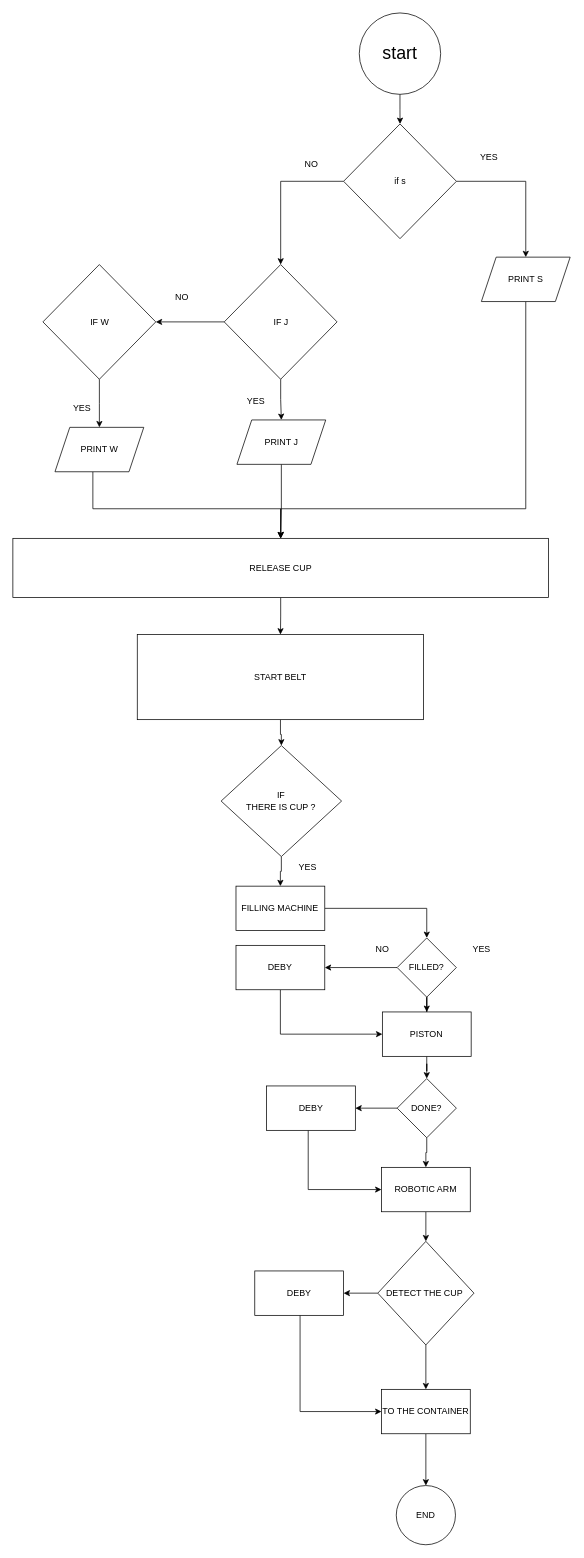
Above: Untitled Diagram.drawio in YoussifRashed/Capture-network-traffic-using-Wireshark1 (draw.io), before the change. Source tidied: cells renumbered, new cells numbered last; positions are measured from the earlier drawing's top-left corner, leaving out a move shared by most shapes. Both pictures are drawn from the tidied source at 74%, with x=0, y=0 at pixel (13, 13).
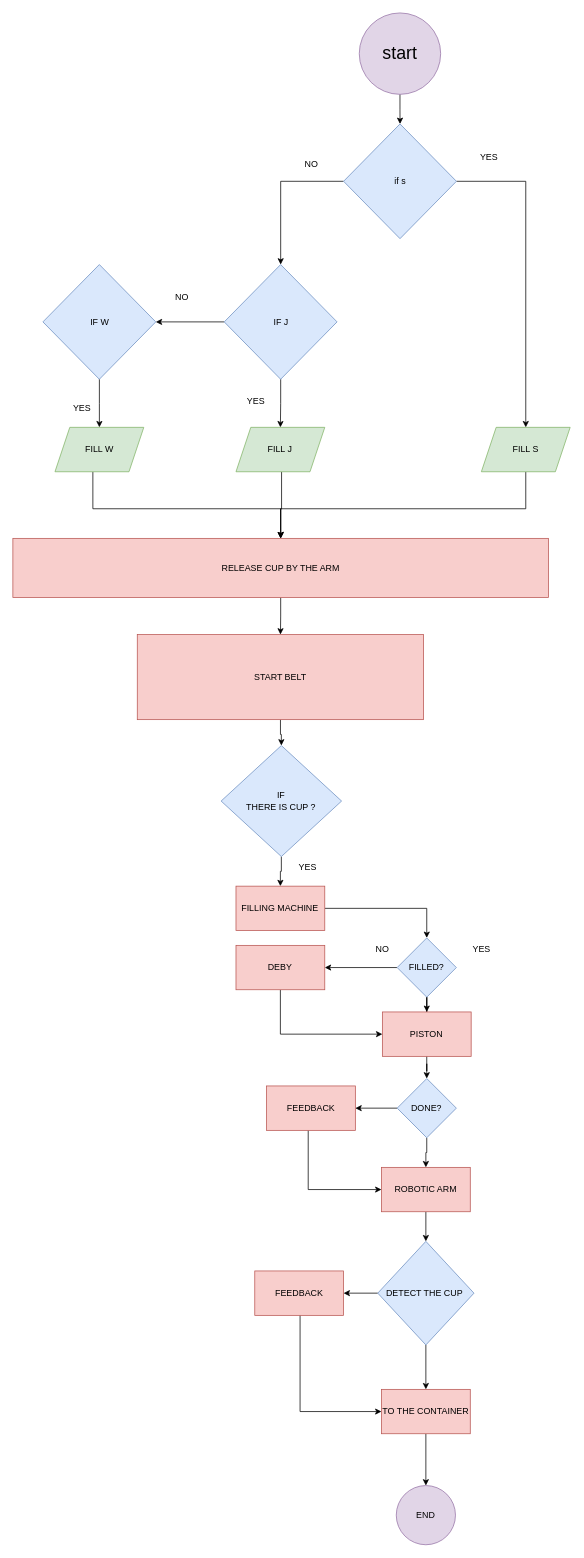
Above is the later version.

The edit, as a diff of the source:
```diff
@@
-    <mxCell id="3" value="&lt;font style=&quot;font-size: 24px;&quot;&gt;start&lt;/font&gt;" style="ellipse;whiteSpace=wrap;html=1;" parent="1" vertex="1">
+    <mxCell id="3" value="&lt;font style=&quot;font-size: 24px;&quot;&gt;start&lt;/font&gt;" style="ellipse;whiteSpace=wrap;html=1;fillColor=#e1d5e7;strokeColor=#9673a6;" parent="1" vertex="1">
       <mxGeometry x="468" width="110" height="110" as="geometry" />
     </mxCell>
@@
-    <mxCell id="6" value="if s" style="rhombus;whiteSpace=wrap;html=1;" parent="1" vertex="1">
+    <mxCell id="6" value="if s" style="rhombus;whiteSpace=wrap;html=1;fillColor=#dae8fc;strokeColor=#6c8ebf;" parent="1" vertex="1">
       <mxGeometry x="446.8" y="150" width="152.5" height="155" as="geometry" />
     </mxCell>
@@
-    <mxCell id="8" value="PRINT S" style="shape=parallelogram;perimeter=parallelogramPerimeter;whiteSpace=wrap;html=1;fixedSize=1;" parent="1" vertex="1">
-      <mxGeometry x="633" y="330" width="120" height="60" as="geometry" />
+    <mxCell id="8" value="FILL S" style="shape=parallelogram;perimeter=parallelogramPerimeter;whiteSpace=wrap;html=1;fixedSize=1;fillColor=#d5e8d4;strokeColor=#82b366;" parent="1" vertex="1">
+      <mxGeometry x="633" y="560" width="120" height="60" as="geometry" />
     </mxCell>
@@
-    <mxCell id="11" value="IF J" style="rhombus;whiteSpace=wrap;html=1;" parent="1" vertex="1">
+    <mxCell id="11" value="IF J" style="rhombus;whiteSpace=wrap;html=1;fillColor=#dae8fc;strokeColor=#6c8ebf;" parent="1" vertex="1">
       <mxGeometry x="285.5" y="340" width="152.5" height="155" as="geometry" />
     </mxCell>
@@
-    <mxCell id="13" value="PRINT J" style="shape=parallelogram;perimeter=parallelogramPerimeter;whiteSpace=wrap;html=1;fixedSize=1;" parent="1" vertex="1">
-      <mxGeometry x="302.7" y="550" width="120" height="60" as="geometry" />
+    <mxCell id="13" value="FILL J" style="shape=parallelogram;perimeter=parallelogramPerimeter;whiteSpace=wrap;html=1;fixedSize=1;fillColor=#d5e8d4;strokeColor=#82b366;" parent="1" vertex="1">
+      <mxGeometry x="301.4" y="560" width="120" height="60" as="geometry" />
     </mxCell>
@@
-    <mxCell id="15" value="IF W" style="rhombus;whiteSpace=wrap;html=1;" parent="1" vertex="1">
+    <mxCell id="15" value="IF W" style="rhombus;whiteSpace=wrap;html=1;fillColor=#dae8fc;strokeColor=#6c8ebf;" parent="1" vertex="1">
       <mxGeometry x="40.5" y="340" width="152.5" height="155" as="geometry" />
     </mxCell>
@@
-    <mxCell id="17" value="PRINT W" style="shape=parallelogram;perimeter=parallelogramPerimeter;whiteSpace=wrap;html=1;fixedSize=1;" parent="1" vertex="1">
+    <mxCell id="17" value="FILL W" style="shape=parallelogram;perimeter=parallelogramPerimeter;whiteSpace=wrap;html=1;fixedSize=1;fillColor=#d5e8d4;strokeColor=#82b366;" parent="1" vertex="1">
       <mxGeometry x="56.8" y="560" width="120" height="60" as="geometry" />
     </mxCell>
@@
-    <mxCell id="19" value="RELEASE CUP " style="rounded=0;whiteSpace=wrap;html=1;" parent="1" vertex="1">
+    <mxCell id="19" value="RELEASE CUP BY THE ARM " style="rounded=0;whiteSpace=wrap;html=1;fillColor=#f8cecc;strokeColor=#b85450;" parent="1" vertex="1">
       <mxGeometry x="-0.1" y="710" width="723.8" height="80" as="geometry" />
     </mxCell>
@@
-    <mxCell id="21" value="START BELT" style="whiteSpace=wrap;html=1;rounded=0;" parent="1" vertex="1">
+    <mxCell id="21" value="START BELT" style="whiteSpace=wrap;html=1;rounded=0;fillColor=#f8cecc;strokeColor=#b85450;" parent="1" vertex="1">
       <mxGeometry x="168" y="840" width="386.9" height="115" as="geometry" />
     </mxCell>
@@
-    <mxCell id="23" value="&lt;div&gt;IF&lt;/div&gt;&lt;div&gt;THERE IS CUP ?&lt;/div&gt;" style="rhombus;whiteSpace=wrap;html=1;rounded=0;" parent="1" vertex="1">
+    <mxCell id="23" value="&lt;div&gt;IF&lt;/div&gt;&lt;div&gt;THERE IS CUP ?&lt;/div&gt;" style="rhombus;whiteSpace=wrap;html=1;rounded=0;fillColor=#dae8fc;strokeColor=#6c8ebf;" parent="1" vertex="1">
       <mxGeometry x="281.3" y="990" width="162.8" height="150" as="geometry" />
     </mxCell>
@@
-    <mxCell id="25" value="FILLING MACHINE " style="whiteSpace=wrap;html=1;rounded=0;" parent="1" vertex="1">
+    <mxCell id="25" value="FILLING MACHINE " style="whiteSpace=wrap;html=1;rounded=0;fillColor=#f8cecc;strokeColor=#b85450;" parent="1" vertex="1">
       <mxGeometry x="301.4" y="1180" width="120" height="60" as="geometry" />
     </mxCell>
-    <mxCell id="26" value="YES" style="text;html=1;align=center;verticalAlign=middle;strokeColor=none;fillColor=none;" parent="1" vertex="1">
+    <mxCell id="26" value="YES" style="text;html=1;align=center;verticalAlign=middle;" parent="1" vertex="1">
       <mxGeometry x="372.7" y="1140" width="50" height="30" as="geometry" />
     </mxCell>
@@
-    <mxCell id="34" value="FILLED?" style="rhombus;whiteSpace=wrap;html=1;rounded=0;" parent="1" vertex="1">
+    <mxCell id="34" value="FILLED?" style="rhombus;whiteSpace=wrap;html=1;rounded=0;fillColor=#dae8fc;strokeColor=#6c8ebf;" parent="1" vertex="1">
       <mxGeometry x="519.2" y="1250" width="80" height="80" as="geometry" />
     </mxCell>
@@
-    <mxCell id="36" value="PISTON" style="whiteSpace=wrap;html=1;rounded=0;" parent="1" vertex="1">
+    <mxCell id="36" value="PISTON" style="whiteSpace=wrap;html=1;rounded=0;fillColor=#f8cecc;strokeColor=#b85450;" parent="1" vertex="1">
       <mxGeometry x="499.2" y="1350" width="120" height="60" as="geometry" />
     </mxCell>
@@
-    <mxCell id="38" value="DEBY" style="whiteSpace=wrap;html=1;rounded=0;" parent="1" vertex="1">
+    <mxCell id="38" value="DEBY" style="whiteSpace=wrap;html=1;rounded=0;fillColor=#f8cecc;strokeColor=#b85450;" parent="1" vertex="1">
       <mxGeometry x="301.4" y="1260" width="120" height="60" as="geometry" />
     </mxCell>
@@
-    <mxCell id="43" value="DONE?" style="rhombus;whiteSpace=wrap;html=1;rounded=0;" parent="1" vertex="1">
+    <mxCell id="43" value="DONE?" style="rhombus;whiteSpace=wrap;html=1;rounded=0;fillColor=#dae8fc;strokeColor=#6c8ebf;" parent="1" vertex="1">
       <mxGeometry x="519.2" y="1440" width="80" height="80" as="geometry" />
     </mxCell>
@@
-    <mxCell id="45" value="DEBY" style="whiteSpace=wrap;html=1;rounded=0;" parent="1" vertex="1">
+    <mxCell id="45" value="FEEDBACK" style="whiteSpace=wrap;html=1;rounded=0;fillColor=#f8cecc;strokeColor=#b85450;" parent="1" vertex="1">
       <mxGeometry x="342.7" y="1450" width="120" height="60" as="geometry" />
     </mxCell>
@@
-    <mxCell id="47" value="ROBOTIC ARM" style="whiteSpace=wrap;html=1;rounded=0;" parent="1" vertex="1">
+    <mxCell id="47" value="ROBOTIC ARM" style="whiteSpace=wrap;html=1;rounded=0;fillColor=#f8cecc;strokeColor=#b85450;" parent="1" vertex="1">
       <mxGeometry x="498" y="1560" width="120" height="60" as="geometry" />
     </mxCell>
@@
-    <mxCell id="50" value="DETECT THE CUP&amp;nbsp; " style="rhombus;whiteSpace=wrap;html=1;rounded=0;" parent="1" vertex="1">
+    <mxCell id="50" value="DETECT THE CUP&amp;nbsp; " style="rhombus;whiteSpace=wrap;html=1;rounded=0;fillColor=#dae8fc;strokeColor=#6c8ebf;" parent="1" vertex="1">
       <mxGeometry x="493" y="1660" width="130" height="140" as="geometry" />
     </mxCell>
@@
-    <mxCell id="52" value="DEBY" style="whiteSpace=wrap;html=1;rounded=0;" parent="1" vertex="1">
+    <mxCell id="52" value="FEEDBACK" style="whiteSpace=wrap;html=1;rounded=0;fillColor=#f8cecc;strokeColor=#b85450;" parent="1" vertex="1">
       <mxGeometry x="326.8" y="1700" width="120" height="60" as="geometry" />
     </mxCell>
@@
-    <mxCell id="54" value="TO THE CONTAINER " style="whiteSpace=wrap;html=1;rounded=0;" parent="1" vertex="1">
+    <mxCell id="54" value="TO THE CONTAINER " style="whiteSpace=wrap;html=1;rounded=0;fillColor=#f8cecc;strokeColor=#b85450;" parent="1" vertex="1">
       <mxGeometry x="498" y="1860" width="120" height="60" as="geometry" />
     </mxCell>
-    <mxCell id="55" value="END" style="ellipse;whiteSpace=wrap;html=1;rounded=0;" parent="1" vertex="1">
+    <mxCell id="55" value="END" style="ellipse;whiteSpace=wrap;html=1;rounded=0;fillColor=#e1d5e7;strokeColor=#9673a6;" parent="1" vertex="1">
       <mxGeometry x="518" y="1990" width="80" height="80" as="geometry" />
     </mxCell>
```
